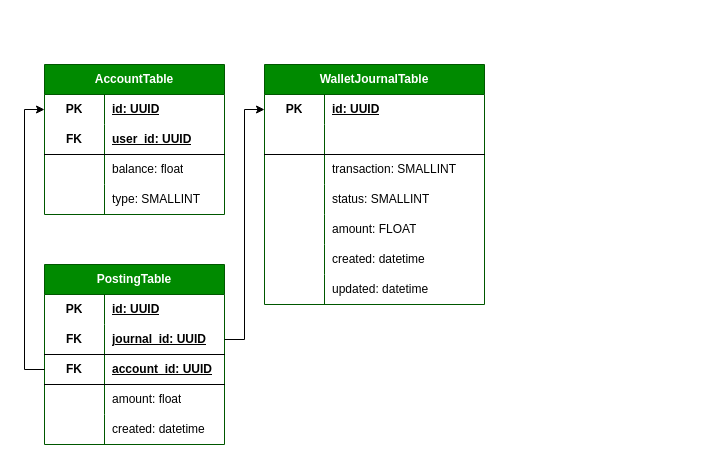
The draw.io diagram page "wallet_database" (8 of 8) of Advertiser-Blogger.drawio in KmvRoman/Diagrams, before the edit. Source tidied: cells renumbered, new cells numbered last; positions are measured from the earlier drawing's top-left corner, leaving out a move shared by most shapes. Both pictures are drawn from the tidied source at 100%, with x=0, y=0 at pixel (44, 64).
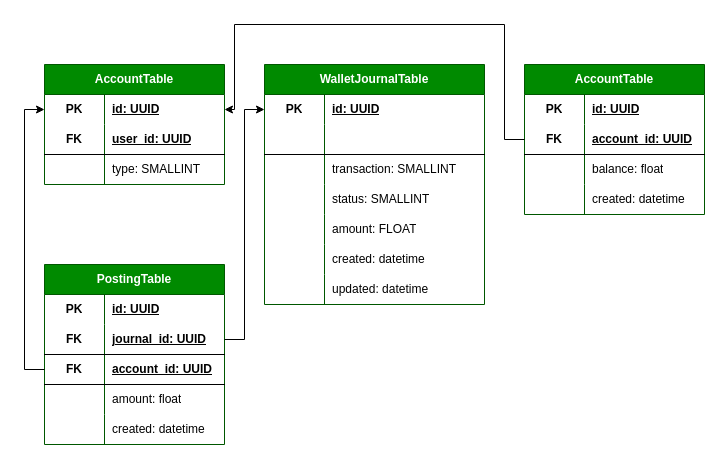
After the change.

The change refers to these unchanged cells:
```xml
<mxCell id="25" style="shape=tableRow;horizontal=0;startSize=0;swimlaneHead=0;swimlaneBody=0;fillColor=none;points=[[0,0.5],[1,0.5]];portConstraint=eastwest;top=0;left=0;right=0;bottom=0;html=1;" parent="24" vertex="1">
  <mxGeometry y="30" width="180" height="30" as="geometry" />
</mxCell>
<mxCell id="31" style="shape=tableRow;horizontal=0;startSize=0;swimlaneHead=0;swimlaneBody=0;fillColor=none;top=0;left=0;right=0;bottom=0;html=1;" parent="24" vertex="1">
  <mxGeometry y="90" width="180" height="30" as="geometry" />
</mxCell>
```

Diff of the diagram source:
```diff
@@
     <mxCell id="24" value="AccountTable" style="shape=table;startSize=30;childLayout=tableLayout;rowLines=0;fontStyle=1;align=center;html=1;whiteSpace=wrap;fillColor=#008a00;fontColor=#ffffff;strokeColor=#005700;" parent="1" vertex="1">
-      <mxGeometry width="180" height="150" as="geometry" />
+      <mxGeometry width="180" height="120" as="geometry" />
     </mxCell>
@@
-    <mxCell id="33" value="balance: float" style="shape=partialRectangle;fillColor=none;top=0;left=0;bottom=0;right=0;align=left;spacingLeft=6;overflow=hidden;html=1;whiteSpace=wrap;" parent="31" vertex="1">
+    <mxCell id="33" value="type: SMALLINT" style="shape=partialRectangle;fillColor=none;top=0;left=0;bottom=0;right=0;align=left;spacingLeft=6;overflow=hidden;html=1;whiteSpace=wrap;" parent="31" vertex="1">
       <mxGeometry x="60" width="120" height="30" as="geometry" />
     </mxCell>
-    <mxCell id="34" style="shape=tableRow;horizontal=0;startSize=0;swimlaneHead=0;swimlaneBody=0;fillColor=none;top=0;left=0;right=0;bottom=0;html=1;" parent="24" vertex="1">
-      <mxGeometry y="120" width="180" height="30" as="geometry" />
-    </mxCell>
-    <mxCell id="35" style="shape=partialRectangle;fillColor=none;top=0;left=0;bottom=0;right=0;overflow=hidden;html=1;whiteSpace=wrap;" parent="34" vertex="1">
-      <mxGeometry width="60" height="30" as="geometry" />
-    </mxCell>
-    <mxCell id="36" value="type: SMALLINT" style="shape=partialRectangle;fillColor=none;top=0;left=0;bottom=0;right=0;align=left;spacingLeft=6;overflow=hidden;html=1;whiteSpace=wrap;" parent="34" vertex="1">
-      <mxGeometry x="60" width="120" height="30" as="geometry" />
-    </mxCell>
@@
+    <mxCell id="55" value="AccountTable" style="shape=table;startSize=30;childLayout=tableLayout;rowLines=0;fontStyle=1;align=center;html=1;whiteSpace=wrap;fillColor=#008a00;fontColor=#ffffff;strokeColor=#005700;" parent="1" vertex="1">
+      <mxGeometry x="480" width="180" height="150" as="geometry" />
+    </mxCell>
+    <mxCell id="56" style="shape=tableRow;horizontal=0;startSize=0;swimlaneHead=0;swimlaneBody=0;fillColor=none;top=0;left=0;right=0;bottom=0;html=1;" parent="55" vertex="1">
+      <mxGeometry y="30" width="180" height="30" as="geometry" />
+    </mxCell>
+    <mxCell id="57" value="PK" style="shape=partialRectangle;fillColor=none;top=0;left=0;bottom=0;right=0;fontStyle=1;overflow=hidden;html=1;whiteSpace=wrap;" parent="56" vertex="1">
+      <mxGeometry width="60" height="30" as="geometry" />
+    </mxCell>
+    <mxCell id="58" value="id: UUID" style="shape=partialRectangle;fillColor=none;top=0;left=0;bottom=0;right=0;align=left;spacingLeft=6;fontStyle=5;overflow=hidden;html=1;whiteSpace=wrap;" parent="56" vertex="1">
+      <mxGeometry x="60" width="120" height="30" as="geometry" />
+    </mxCell>
+    <mxCell id="59" style="shape=tableRow;horizontal=0;startSize=0;swimlaneHead=0;swimlaneBody=0;fillColor=none;points=[[0,0.5],[1,0.5]];portConstraint=eastwest;top=0;left=0;right=0;bottom=1;html=1;" parent="55" vertex="1">
+      <mxGeometry y="60" width="180" height="30" as="geometry" />
+    </mxCell>
+    <mxCell id="60" value="FK" style="shape=partialRectangle;fillColor=none;top=0;left=0;bottom=0;right=0;fontStyle=1;overflow=hidden;html=1;whiteSpace=wrap;" parent="59" vertex="1">
+      <mxGeometry width="60" height="30" as="geometry" />
+    </mxCell>
+    <mxCell id="61" value="account_id: UUID" style="shape=partialRectangle;fillColor=none;top=0;left=0;bottom=0;right=0;align=left;spacingLeft=6;fontStyle=5;overflow=hidden;html=1;whiteSpace=wrap;" parent="59" vertex="1">
+      <mxGeometry x="60" width="120" height="30" as="geometry" />
+    </mxCell>
+    <mxCell id="62" style="shape=tableRow;horizontal=0;startSize=0;swimlaneHead=0;swimlaneBody=0;fillColor=none;top=0;left=0;right=0;bottom=0;html=1;" parent="55" vertex="1">
+      <mxGeometry y="90" width="180" height="30" as="geometry" />
+    </mxCell>
+    <mxCell id="63" style="shape=partialRectangle;fillColor=none;top=0;left=0;bottom=0;right=0;overflow=hidden;html=1;whiteSpace=wrap;" parent="62" vertex="1">
+      <mxGeometry width="60" height="30" as="geometry" />
+    </mxCell>
+    <mxCell id="64" value="balance: float" style="shape=partialRectangle;fillColor=none;top=0;left=0;bottom=0;right=0;align=left;spacingLeft=6;overflow=hidden;html=1;whiteSpace=wrap;" parent="62" vertex="1">
+      <mxGeometry x="60" width="120" height="30" as="geometry" />
+    </mxCell>
+    <mxCell id="34" style="shape=tableRow;horizontal=0;startSize=0;swimlaneHead=0;swimlaneBody=0;fillColor=none;top=0;left=0;right=0;bottom=0;html=1;" parent="55" vertex="1">
+      <mxGeometry y="120" width="180" height="30" as="geometry" />
+    </mxCell>
+    <mxCell id="65" style="shape=partialRectangle;fillColor=none;top=0;left=0;bottom=0;right=0;overflow=hidden;html=1;whiteSpace=wrap;" parent="34" vertex="1">
+      <mxGeometry width="60" height="30" as="geometry" />
+    </mxCell>
+    <mxCell id="66" value="created: datetime" style="shape=partialRectangle;fillColor=none;top=0;left=0;bottom=0;right=0;align=left;spacingLeft=6;overflow=hidden;html=1;whiteSpace=wrap;" parent="34" vertex="1">
+      <mxGeometry x="60" width="120" height="30" as="geometry" />
+    </mxCell>
+    <mxCell id="67" style="edgeStyle=orthogonalEdgeStyle;rounded=0;jettySize=auto;html=1;entryX=1;entryY=0.5;entryDx=0;entryDy=0;exitX=0;exitY=0.5;exitDx=0;exitDy=0;" parent="1" edge="1" source="59" target="25">
+      <mxGeometry relative="1" as="geometry">
+        <Array as="points">
+          <mxPoint x="460" y="75" />
+          <mxPoint x="460" y="-40" />
+          <mxPoint x="190" y="-40" />
+          <mxPoint x="190" y="45" />
+        </Array>
+      </mxGeometry>
+    </mxCell>
```
